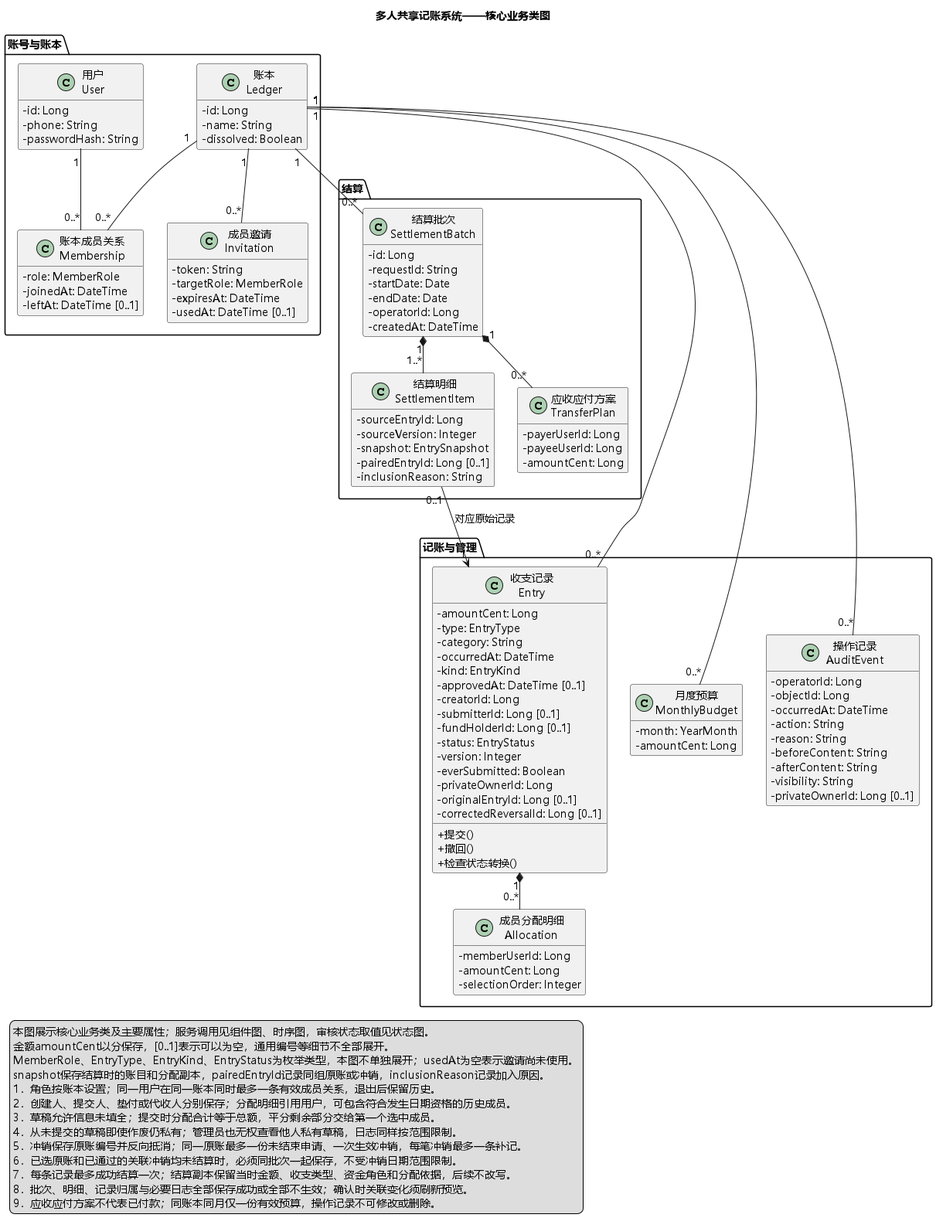
This is 实验2/UML/UML类图.png from catherine0223/software-engineering-lab, a PlantUML export, as it was before one commit. Its diagram source:
```plantuml
@startuml
title 多人共享记账系统——核心业务类图
top to bottom direction
skinparam defaultFontName Microsoft YaHei
skinparam classAttributeIconSize 0
skinparam shadowing false
skinparam nodesep 30
skinparam ranksep 45
hide empty members

package "账号与账本" {
  class "用户\nUser" as User {
    - id: Long
    - phone: String
    - passwordHash: String
  }
  class "账本成员关系\nMembership" as Membership {
    - role: MemberRole
    - joinedAt: DateTime
    - leftAt: DateTime [0..1]
  }
  class "账本\nLedger" as Ledger {
    - id: Long
    - name: String
    - dissolved: Boolean
  }
  class "成员邀请\nInvitation" as Invitation {
    - token: String
    - targetRole: MemberRole
    - expiresAt: DateTime
    - usedAt: DateTime [0..1]
  }
}

package "记账与管理" {
  class "收支记录\nEntry" as Entry {
    - amountCent: Long
    - type: EntryType
    - category: String
    - occurredAt: DateTime
    - kind: EntryKind
    - approvedAt: DateTime [0..1]
    - creatorId: Long
    - submitterId: Long [0..1]
    - fundHolderId: Long [0..1]
    - status: EntryStatus
    - version: Integer
    - everSubmitted: Boolean
    - privateOwnerId: Long
    - originalEntryId: Long [0..1]
    - correctedReversalId: Long [0..1]
    + 提交()
    + 撤回()
    + 检查状态转换()
  }
  class "成员分配明细\nAllocation" as Allocation {
    - memberUserId: Long
    - amountCent: Long
    - selectionOrder: Integer
  }
  class "月度预算\nMonthlyBudget" as MonthlyBudget {
    - month: YearMonth
    - amountCent: Long
  }
  class "操作记录\nAuditEvent" as AuditEvent {
    - operatorId: Long
    - objectId: Long
    - occurredAt: DateTime
    - action: String
    - reason: String
    - beforeContent: String
    - afterContent: String
    - visibility: String
    - privateOwnerId: Long [0..1]
  }
}

package "结算" {
  class "结算批次\nSettlementBatch" as SettlementBatch {
    - id: Long
    - requestId: String
    - startDate: Date
    - endDate: Date
    - operatorId: Long
    - createdAt: DateTime
  }
  class "结算明细\nSettlementItem" as SettlementItem {
    - sourceEntryId: Long
    - sourceVersion: Integer
    - snapshot: EntrySnapshot
    - pairedEntryId: Long [0..1]
    - inclusionReason: String
  }
  class "应收应付方案\nTransferPlan" as TransferPlan {
    - payerUserId: Long
    - payeeUserId: Long
    - amountCent: Long
  }
}

User "1" -- "0..*" Membership
Ledger "1" -- "0..*" Membership
Ledger "1" -- "0..*" Invitation
Ledger "1" -- "0..*" Entry
Ledger "1" -- "0..*" MonthlyBudget
Ledger "1" -- "0..*" AuditEvent
Entry "1" *-- "0..*" Allocation
Ledger "1" -- "0..*" SettlementBatch
SettlementBatch "1" *-- "1..*" SettlementItem
SettlementBatch "1" *-- "0..*" TransferPlan
SettlementItem "0..1" --> "1" Entry : 对应原始记录

legend bottom left
  本图展示核心业务类及主要属性；服务调用见组件图、时序图，审核状态取值见状态图。
  金额amountCent以分保存，[0..1]表示可以为空，通用编号等细节不全部展开。
  MemberRole、EntryType、EntryKind、EntryStatus为枚举类型，本图不单独展开；usedAt为空表示邀请尚未使用。
  snapshot保存结算时的账目和分配副本，pairedEntryId记录同组原账或冲销，inclusionReason记录加入原因。
  1．角色按账本设置；同一用户在同一账本同时最多一条有效成员关系，退出后保留历史。
  2．创建人、提交人、垫付或代收人分别保存；分配明细引用用户，可包含符合发生日期资格的历史成员。
  3．草稿允许信息未填全；提交时分配合计等于总额，平分剩余部分交给第一个选中成员。
  4．从未提交的草稿即使作废仍私有；管理员也无权查看他人私有草稿，日志同样按范围限制。
  5．冲销保存原账编号并反向抵消；同一原账最多一份未结束申请、一次生效冲销，每笔冲销最多一条补记。
  6．已选原账和已通过的关联冲销均未结算时，必须同批次一起保存，不受冲销日期范围限制。
  7．每条记录最多成功结算一次；结算副本保留当时金额、收支类型、资金角色和分配依据，后续不改写。
  8．批次、明细、记录归属与必要日志全部保存成功或全部不生效；确认时关联变化须刷新预览。
  9．应收应付方案不代表已付款；同账本同月仅一份有效预算，操作记录不可修改或删除。
endlegend
@enduml
```
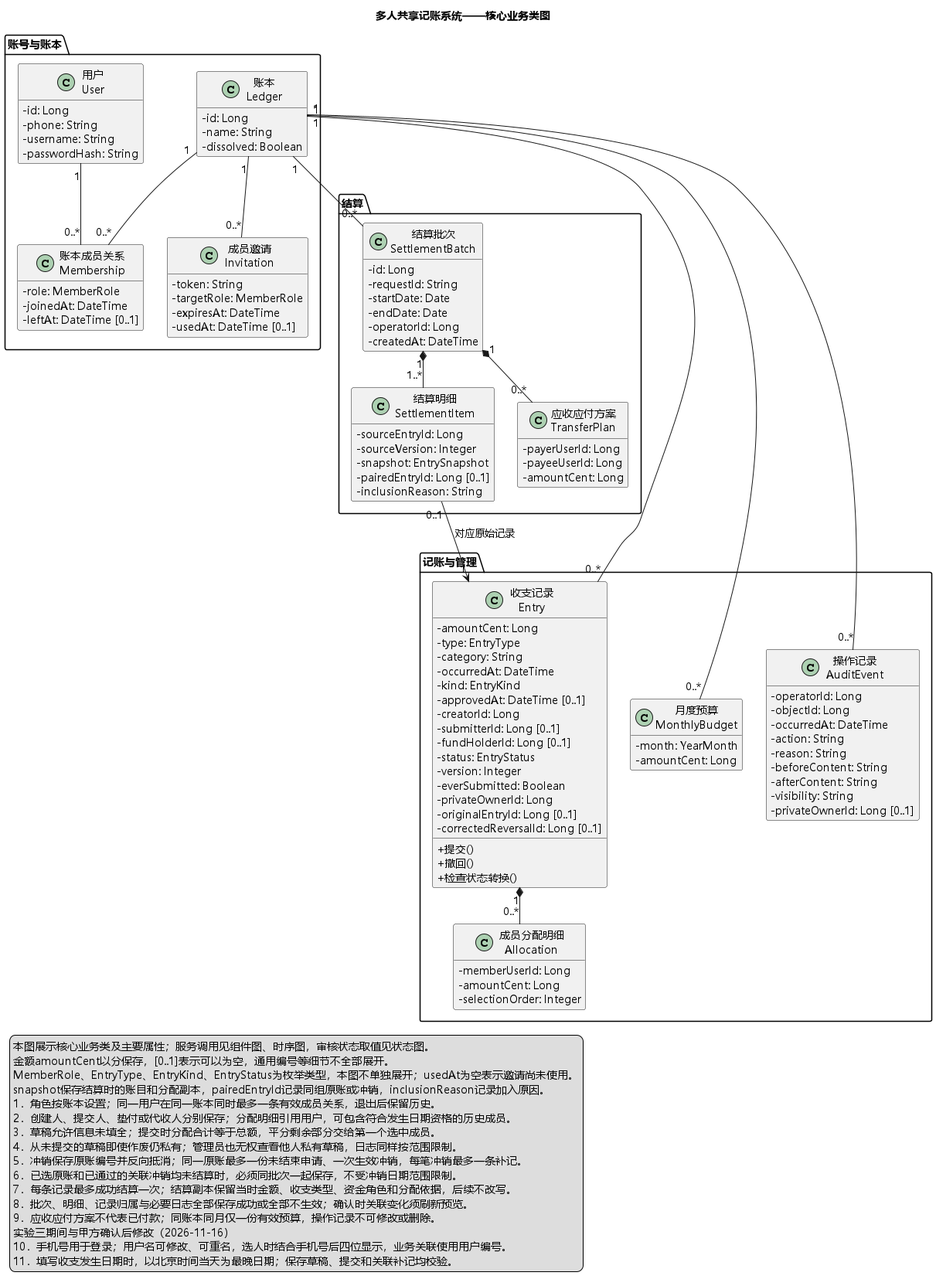
Above is the later version.

The edit, as a diff of the source:
```diff
@@ -12,6 +12,7 @@
   class "用户\nUser" as User {
     - id: Long
     - phone: String
+    - username: String
     - passwordHash: String
   }
   class "账本成员关系\nMembership" as Membership {
@@ -124,5 +125,8 @@
   7．每条记录最多成功结算一次；结算副本保留当时金额、收支类型、资金角色和分配依据，后续不改写。
   8．批次、明细、记录归属与必要日志全部保存成功或全部不生效；确认时关联变化须刷新预览。
   9．应收应付方案不代表已付款；同账本同月仅一份有效预算，操作记录不可修改或删除。
+  实验三期间与甲方确认后修改（2026-11-16）
+  10．手机号用于登录；用户名可修改、可重名，选人时结合手机号后四位显示，业务关联使用用户编号。
+  11．填写收支发生日期时，以北京时间当天为最晚日期；保存草稿、提交和关联补记均校验。
 endlegend
 @enduml
```
